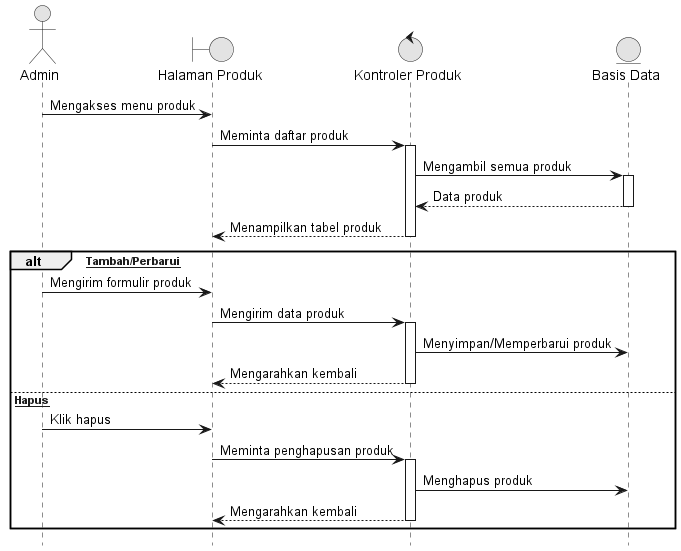
Earlier version of the PlantUML export docs/diagrams/07_Kelola_Produk.png (Reyonl/project_TA).
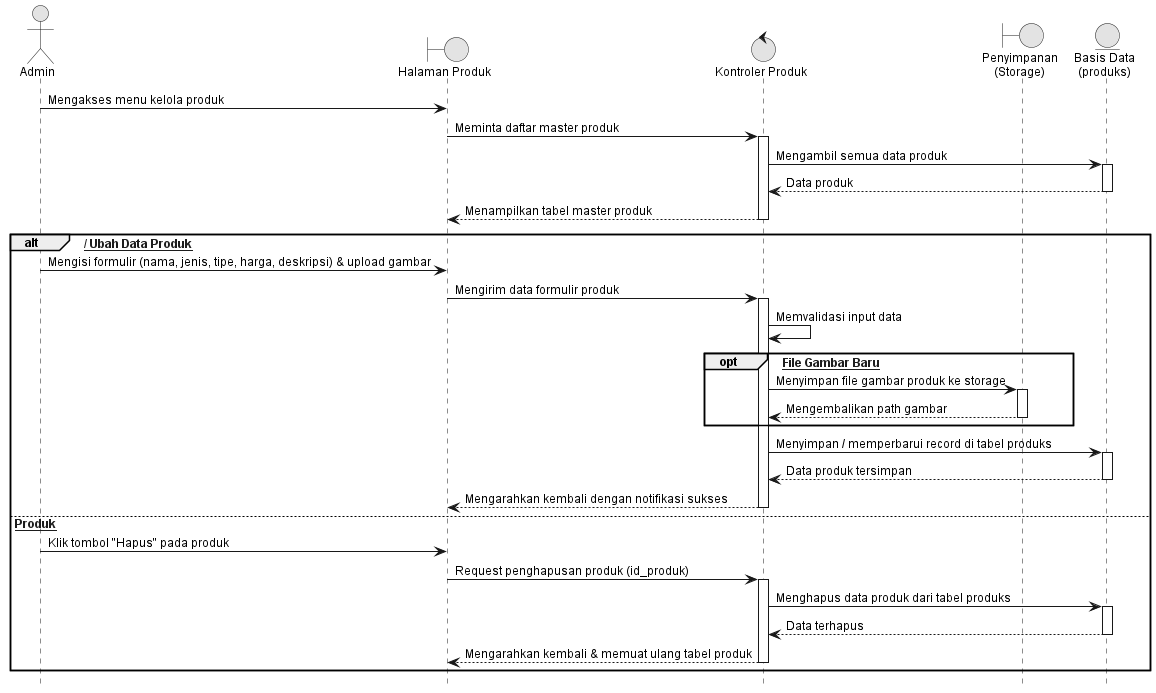
After the change.

Diff of the diagram source:
```diff
@@ -1,36 +1,53 @@
 @startuml 07_Kelola_Produk
 hide footbox
+skinparam backgroundColor white
 skinparam monochrome true
 skinparam shadowing false
+skinparam DefaultFontName Arial
+skinparam DefaultFontSize 12
 
 actor "Admin" as Admin
 boundary "Halaman Produk" as View
 control "Kontroler Produk" as Controller
-entity "Basis Data" as DB
+boundary "Penyimpanan\n(Storage)" as Storage
+entity "Basis Data\n(produks)" as DB
 
-Admin -> View : Mengakses menu produk
-View -> Controller : Meminta daftar produk
+Admin -> View : Mengakses menu kelola produk
+View -> Controller : Meminta daftar master produk
 activate Controller
-Controller -> DB : Mengambil semua produk
+Controller -> DB : Mengambil semua data produk
 activate DB
 DB --> Controller : Data produk
 deactivate DB
-Controller --> View : Menampilkan tabel produk
+Controller --> View : Menampilkan tabel master produk
 deactivate Controller
 
-alt [Tambah/Perbarui]
-    Admin -> View : Mengirim formulir produk
-    View -> Controller : Mengirim data produk
+alt [Tambah / Ubah Data Produk]
+    Admin -> View : Mengisi formulir (nama, jenis, tipe, harga, deskripsi) & upload gambar
+    View -> Controller : Mengirim data formulir produk
     activate Controller
-    Controller -> DB : Menyimpan/Memperbarui produk
-    Controller --> View : Mengarahkan kembali
+    Controller -> Controller : Memvalidasi input data
+    opt [Terdapat File Gambar Baru]
+        Controller -> Storage : Menyimpan file gambar produk ke storage
+        activate Storage
+        Storage --> Controller : Mengembalikan path gambar
+        deactivate Storage
+    end
+    Controller -> DB : Menyimpan / memperbarui record di tabel produks
+    activate DB
+    DB --> Controller : Data produk tersimpan
+    deactivate DB
+    Controller --> View : Mengarahkan kembali dengan notifikasi sukses
     deactivate Controller
-else [Hapus]
-    Admin -> View : Klik hapus
-    View -> Controller : Meminta penghapusan produk
+else [Hapus Produk]
+    Admin -> View : Klik tombol "Hapus" pada produk
+    View -> Controller : Request penghapusan produk (id_produk)
     activate Controller
-    Controller -> DB : Menghapus produk
-    Controller --> View : Mengarahkan kembali
+    Controller -> DB : Menghapus data produk dari tabel produks
+    activate DB
+    DB --> Controller : Data terhapus
+    deactivate DB
+    Controller --> View : Mengarahkan kembali & memuat ulang tabel produk
     deactivate Controller
 end
 @enduml
```
